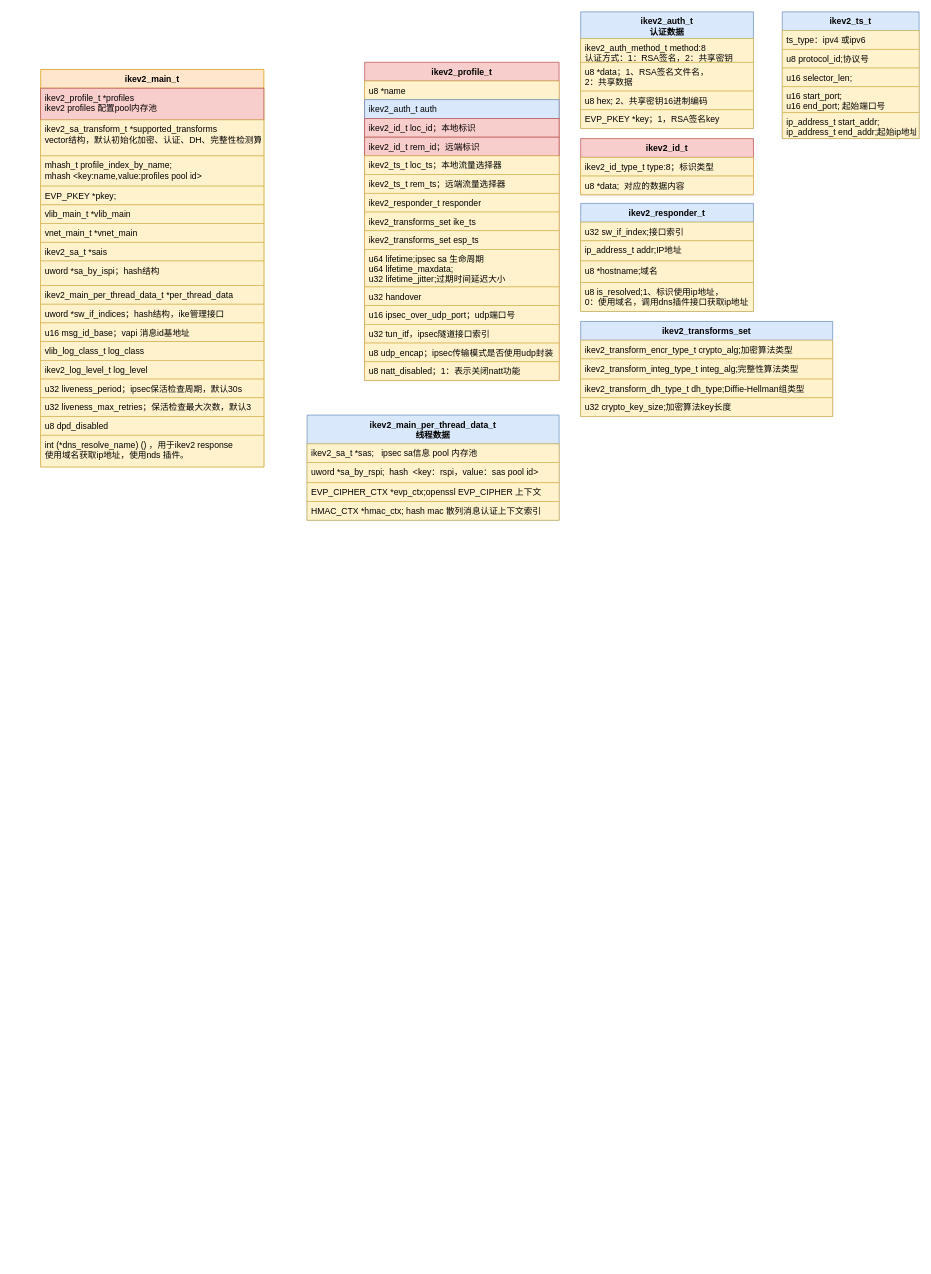
jin13417/dpdk-vpp-learning keeps this draw.io diagram as new_map/ipsec_ikev2.drawio. Above is the earlier version. Source tidied: cells renumbered, new cells numbered last; positions are measured from the earlier drawing's top-left corner, leaving out a move shared by most shapes. Both pictures are drawn from the tidied source at 72%, with x=0, y=0 at pixel (40, 12).
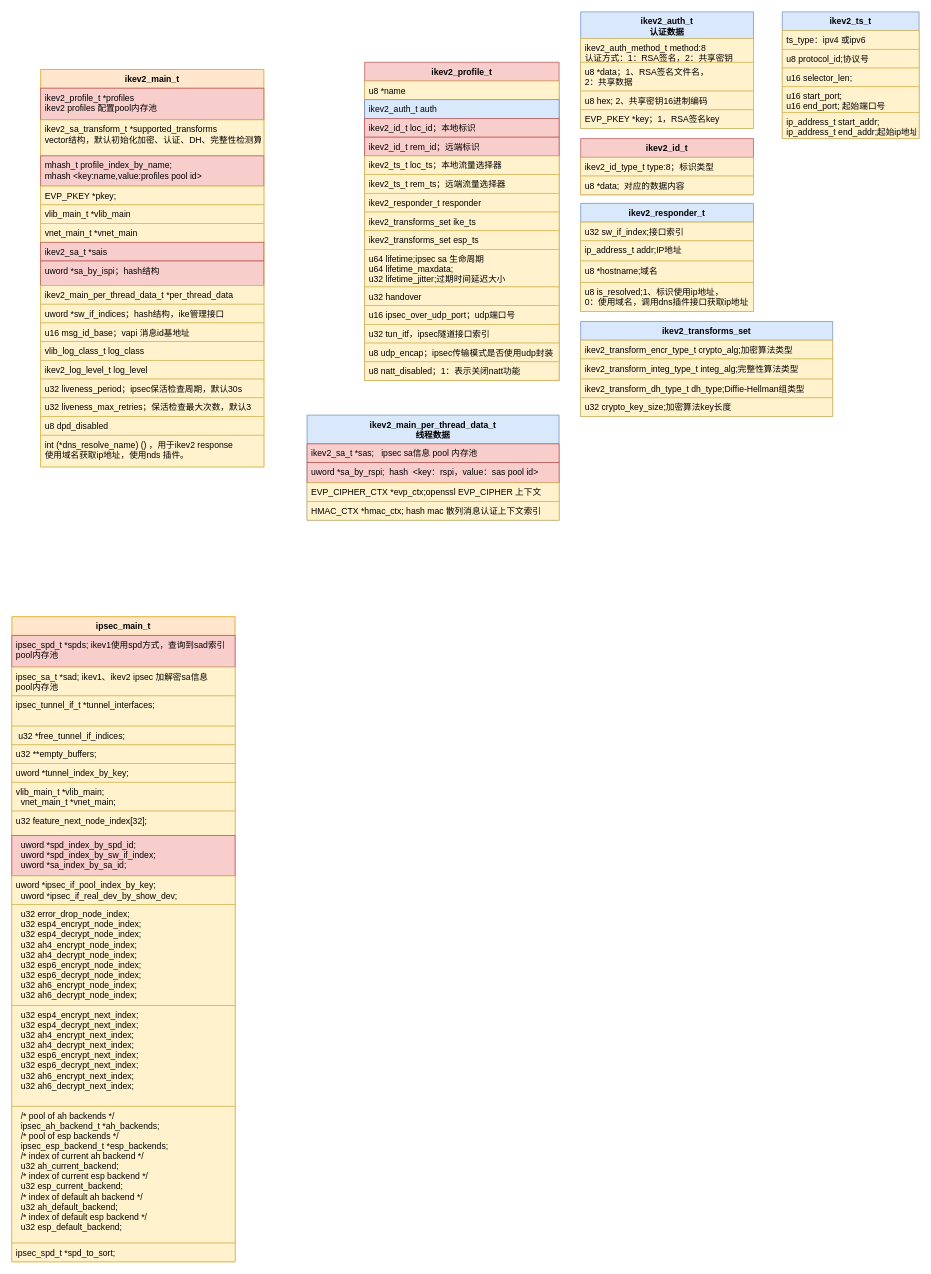
After the change.

Unchanged cells that the change refers to:
```xml
<mxCell id="2" value="ikev2_main_t" style="swimlane;fontStyle=1;align=center;verticalAlign=top;horizontal=1;startSize=26;fillColor=#ffe6cc;strokeColor=#d79b00;" parent="1" vertex="1">
  <mxGeometry y="80" width="310" height="552" as="geometry" />
</mxCell>
<mxCell id="60" value="ikev2_main_per_thread_data_t&#10;线程数据" style="swimlane;fontStyle=1;align=center;verticalAlign=top;horizontal=1;startSize=40;strokeColor=#6c8ebf;fillColor=#dae8fc;" parent="1" vertex="1">
  <mxGeometry x="370" y="560" width="350" height="146" as="geometry" />
</mxCell>
```

Diff of the diagram source:
```diff
@@
-    <mxCell id="5" value="mhash_t profile_index_by_name;&#10;mhash &lt;key:name,value:profiles pool id&gt;" style="text;fillColor=#fff2cc;align=left;verticalAlign=top;spacingLeft=4;spacingRight=4;overflow=hidden;strokeColor=#d6b656;" parent="2" vertex="1">
+    <mxCell id="5" value="mhash_t profile_index_by_name;&#10;mhash &lt;key:name,value:profiles pool id&gt;" style="text;fillColor=#f8cecc;align=left;verticalAlign=top;spacingLeft=4;spacingRight=4;overflow=hidden;strokeColor=#b85450;" parent="2" vertex="1">
       <mxGeometry y="120" width="310" height="42" as="geometry" />
     </mxCell>
@@
-    <mxCell id="9" value="ikev2_sa_t *sais" style="text;fillColor=#fff2cc;align=left;verticalAlign=top;spacingLeft=4;spacingRight=4;overflow=hidden;strokeColor=#d6b656;" parent="2" vertex="1">
+    <mxCell id="9" value="ikev2_sa_t *sais" style="text;fillColor=#f8cecc;align=left;verticalAlign=top;spacingLeft=4;spacingRight=4;overflow=hidden;strokeColor=#b85450;" parent="2" vertex="1">
       <mxGeometry y="240" width="310" height="26" as="geometry" />
     </mxCell>
-    <mxCell id="10" value="uword *sa_by_ispi；hash结构" style="text;fillColor=#fff2cc;align=left;verticalAlign=top;spacingLeft=4;spacingRight=4;overflow=hidden;strokeColor=#d6b656;" parent="2" vertex="1">
+    <mxCell id="10" value="uword *sa_by_ispi；hash结构" style="text;fillColor=#f8cecc;align=left;verticalAlign=top;spacingLeft=4;spacingRight=4;overflow=hidden;strokeColor=#b85450;" parent="2" vertex="1">
       <mxGeometry y="266" width="310" height="34" as="geometry" />
     </mxCell>
@@
-    <mxCell id="61" value="ikev2_sa_t *sas;   ipsec sa信息 pool 内存池" style="text;strokeColor=#d6b656;fillColor=#fff2cc;align=left;verticalAlign=top;spacingLeft=4;spacingRight=4;overflow=hidden;" parent="60" vertex="1">
+    <mxCell id="61" value="ikev2_sa_t *sas;   ipsec sa信息 pool 内存池" style="text;strokeColor=#b85450;fillColor=#f8cecc;align=left;verticalAlign=top;spacingLeft=4;spacingRight=4;overflow=hidden;" parent="60" vertex="1">
       <mxGeometry y="40" width="350" height="26" as="geometry" />
     </mxCell>
-    <mxCell id="62" value="uword *sa_by_rspi;  hash  &lt;key：rspi，value：sas pool id&gt;" style="text;fillColor=#fff2cc;align=left;verticalAlign=top;spacingLeft=4;spacingRight=4;overflow=hidden;strokeColor=#d6b656;" parent="60" vertex="1">
+    <mxCell id="62" value="uword *sa_by_rspi;  hash  &lt;key：rspi，value：sas pool id&gt;" style="text;fillColor=#f8cecc;align=left;verticalAlign=top;spacingLeft=4;spacingRight=4;overflow=hidden;strokeColor=#b85450;" parent="60" vertex="1">
       <mxGeometry y="66" width="350" height="28" as="geometry" />
     </mxCell>
@@
+    <mxCell id="65" value="ipsec_main_t" style="swimlane;fontStyle=1;align=center;verticalAlign=top;horizontal=1;startSize=26;fillColor=#ffe6cc;strokeColor=#d79b00;" parent="1" vertex="1">
+      <mxGeometry x="-40" y="840" width="310" height="896" as="geometry" />
+    </mxCell>
+    <mxCell id="66" value="ipsec_spd_t *spds; ikev1使用spd方式，查询到sad索引&#10;pool内存池" style="text;strokeColor=#b85450;fillColor=#f8cecc;align=left;verticalAlign=top;spacingLeft=4;spacingRight=4;overflow=hidden;" parent="65" vertex="1">
+      <mxGeometry y="26" width="310" height="44" as="geometry" />
+    </mxCell>
+    <mxCell id="67" value="ipsec_sa_t *sad; ikev1、ikev2 ipsec 加解密sa信息&#10;pool内存池" style="text;fillColor=#fff2cc;align=left;verticalAlign=top;spacingLeft=4;spacingRight=4;overflow=hidden;strokeColor=#d6b656;" parent="65" vertex="1">
+      <mxGeometry y="70" width="310" height="40" as="geometry" />
+    </mxCell>
+    <mxCell id="68" value="ipsec_tunnel_if_t *tunnel_interfaces;" style="text;fillColor=#fff2cc;align=left;verticalAlign=top;spacingLeft=4;spacingRight=4;overflow=hidden;strokeColor=#d6b656;" parent="65" vertex="1">
+      <mxGeometry y="110" width="310" height="42" as="geometry" />
+    </mxCell>
+    <mxCell id="69" value=" u32 *free_tunnel_if_indices;" style="text;fillColor=#fff2cc;align=left;verticalAlign=top;spacingLeft=4;spacingRight=4;overflow=hidden;strokeColor=#d6b656;" parent="65" vertex="1">
+      <mxGeometry y="152" width="310" height="26" as="geometry" />
+    </mxCell>
+    <mxCell id="70" value="u32 **empty_buffers;" style="text;fillColor=#fff2cc;align=left;verticalAlign=top;spacingLeft=4;spacingRight=4;overflow=hidden;strokeColor=#d6b656;" parent="65" vertex="1">
+      <mxGeometry y="178" width="310" height="26" as="geometry" />
+    </mxCell>
+    <mxCell id="71" value="uword *tunnel_index_by_key;" style="text;fillColor=#fff2cc;align=left;verticalAlign=top;spacingLeft=4;spacingRight=4;overflow=hidden;strokeColor=#d6b656;" parent="65" vertex="1">
+      <mxGeometry y="204" width="310" height="26" as="geometry" />
+    </mxCell>
+    <mxCell id="72" value="vlib_main_t *vlib_main;&#10;  vnet_main_t *vnet_main;" style="text;fillColor=#fff2cc;align=left;verticalAlign=top;spacingLeft=4;spacingRight=4;overflow=hidden;strokeColor=#d6b656;" parent="65" vertex="1">
+      <mxGeometry y="230" width="310" height="40" as="geometry" />
+    </mxCell>
+    <mxCell id="73" value="u32 feature_next_node_index[32];" style="text;fillColor=#fff2cc;align=left;verticalAlign=top;spacingLeft=4;spacingRight=4;overflow=hidden;strokeColor=#d6b656;" parent="65" vertex="1">
+      <mxGeometry y="270" width="310" height="34" as="geometry" />
+    </mxCell>
+    <mxCell id="74" value="  uword *spd_index_by_spd_id;&#10;  uword *spd_index_by_sw_if_index;&#10;  uword *sa_index_by_sa_id;" style="text;fillColor=#f8cecc;align=left;verticalAlign=top;spacingLeft=4;spacingRight=4;overflow=hidden;strokeColor=#b85450;" parent="65" vertex="1">
+      <mxGeometry y="304" width="310" height="56" as="geometry" />
+    </mxCell>
+    <mxCell id="75" value="uword *ipsec_if_pool_index_by_key;&#10;  uword *ipsec_if_real_dev_by_show_dev;" style="text;fillColor=#fff2cc;align=left;verticalAlign=top;spacingLeft=4;spacingRight=4;overflow=hidden;strokeColor=#d6b656;" parent="65" vertex="1">
+      <mxGeometry y="360" width="310" height="40" as="geometry" />
+    </mxCell>
+    <mxCell id="76" value="  u32 error_drop_node_index;&#10;  u32 esp4_encrypt_node_index;&#10;  u32 esp4_decrypt_node_index;&#10;  u32 ah4_encrypt_node_index;&#10;  u32 ah4_decrypt_node_index;&#10;  u32 esp6_encrypt_node_index;&#10;  u32 esp6_decrypt_node_index;&#10;  u32 ah6_encrypt_node_index;&#10;  u32 ah6_decrypt_node_index;" style="text;fillColor=#fff2cc;align=left;verticalAlign=top;spacingLeft=4;spacingRight=4;overflow=hidden;strokeColor=#d6b656;" parent="65" vertex="1">
+      <mxGeometry y="400" width="310" height="140" as="geometry" />
+    </mxCell>
+    <mxCell id="77" value="  u32 esp4_encrypt_next_index;&#10;  u32 esp4_decrypt_next_index;&#10;  u32 ah4_encrypt_next_index;&#10;  u32 ah4_decrypt_next_index;&#10;  u32 esp6_encrypt_next_index;&#10;  u32 esp6_decrypt_next_index;&#10;  u32 ah6_encrypt_next_index;&#10;  u32 ah6_decrypt_next_index;" style="text;fillColor=#fff2cc;align=left;verticalAlign=top;spacingLeft=4;spacingRight=4;overflow=hidden;strokeColor=#d6b656;" parent="65" vertex="1">
+      <mxGeometry y="540" width="310" height="140" as="geometry" />
+    </mxCell>
+    <mxCell id="78" value="  /* pool of ah backends */&#10;  ipsec_ah_backend_t *ah_backends;&#10;  /* pool of esp backends */&#10;  ipsec_esp_backend_t *esp_backends;&#10;  /* index of current ah backend */&#10;  u32 ah_current_backend;&#10;  /* index of current esp backend */&#10;  u32 esp_current_backend;&#10;  /* index of default ah backend */&#10;  u32 ah_default_backend;&#10;  /* index of default esp backend */&#10;  u32 esp_default_backend;" style="text;fillColor=#fff2cc;align=left;verticalAlign=top;spacingLeft=4;spacingRight=4;overflow=hidden;strokeColor=#d6b656;" parent="65" vertex="1">
+      <mxGeometry y="680" width="310" height="190" as="geometry" />
+    </mxCell>
+    <mxCell id="79" value="ipsec_spd_t *spd_to_sort;" style="text;fillColor=#fff2cc;align=left;verticalAlign=top;spacingLeft=4;spacingRight=4;overflow=hidden;strokeColor=#d6b656;" parent="65" vertex="1">
+      <mxGeometry y="870" width="310" height="26" as="geometry" />
+    </mxCell>
```
